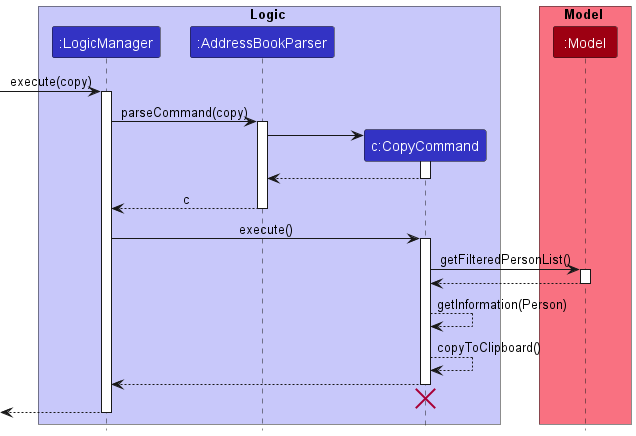
nus-cs2103-AY2223S2/tp keeps this PlantUML diagram as docs/images/CopySequenceDiagram.png. Above is the earlier version.
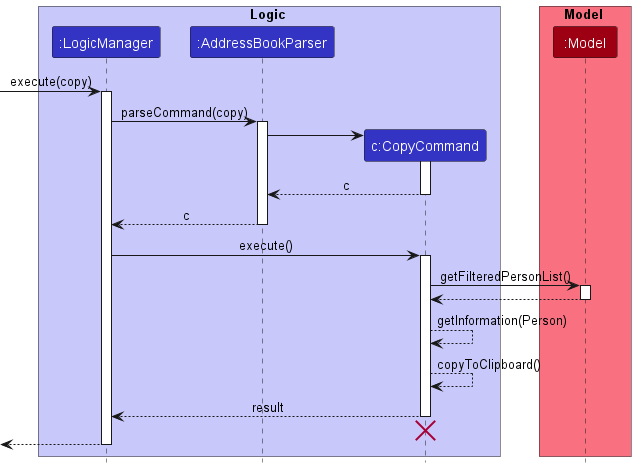
Later version of the same file.

Commit message:
Update sequence diagram for copy feature

The edit, as a diff of the source:
```diff
@@ -20,7 +20,7 @@
 AddressBookParser -> CopyCommand
 activate CopyCommand
 
-CopyCommand --> AddressBookParser
+CopyCommand --> AddressBookParser : c
 deactivate CopyCommand
 
 AddressBookParser --> LogicManager : c
@@ -39,7 +39,7 @@
 
 CopyCommand --> CopyCommand :copyToClipboard()
 
-CopyCommand --> LogicManager
+CopyCommand --> LogicManager : result
 deactivate CopyCommand
 CopyCommand -[hidden]-> LogicManager
 destroy CopyCommand
```
